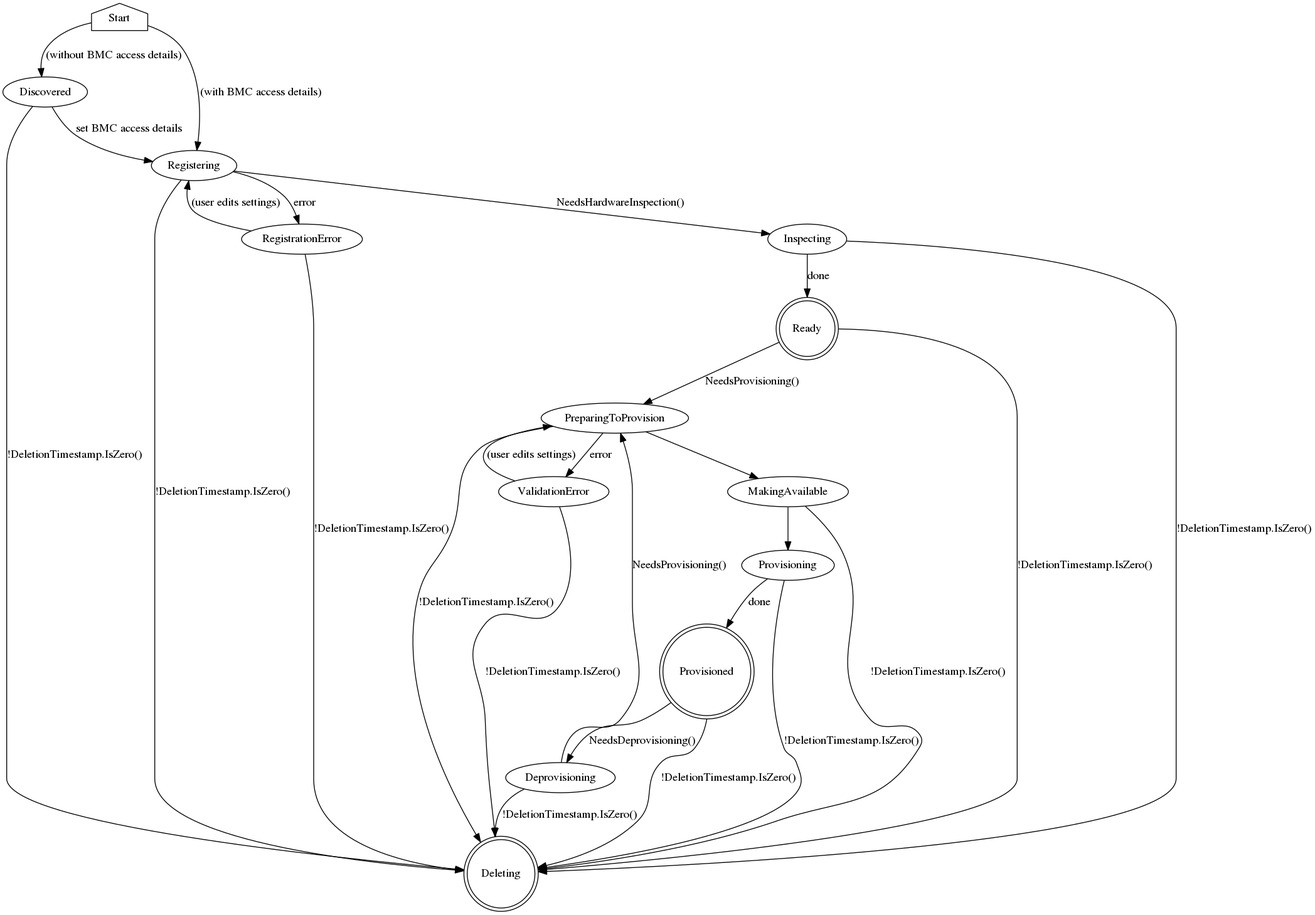
This is docs/BaremetalHost_ProvisioningState.png from metal3-io/baremetal-operator, a Graphviz export, as it was before one commit. Its source is kept beside it as docs/BaremetalHost_ProvisioningState.dot.
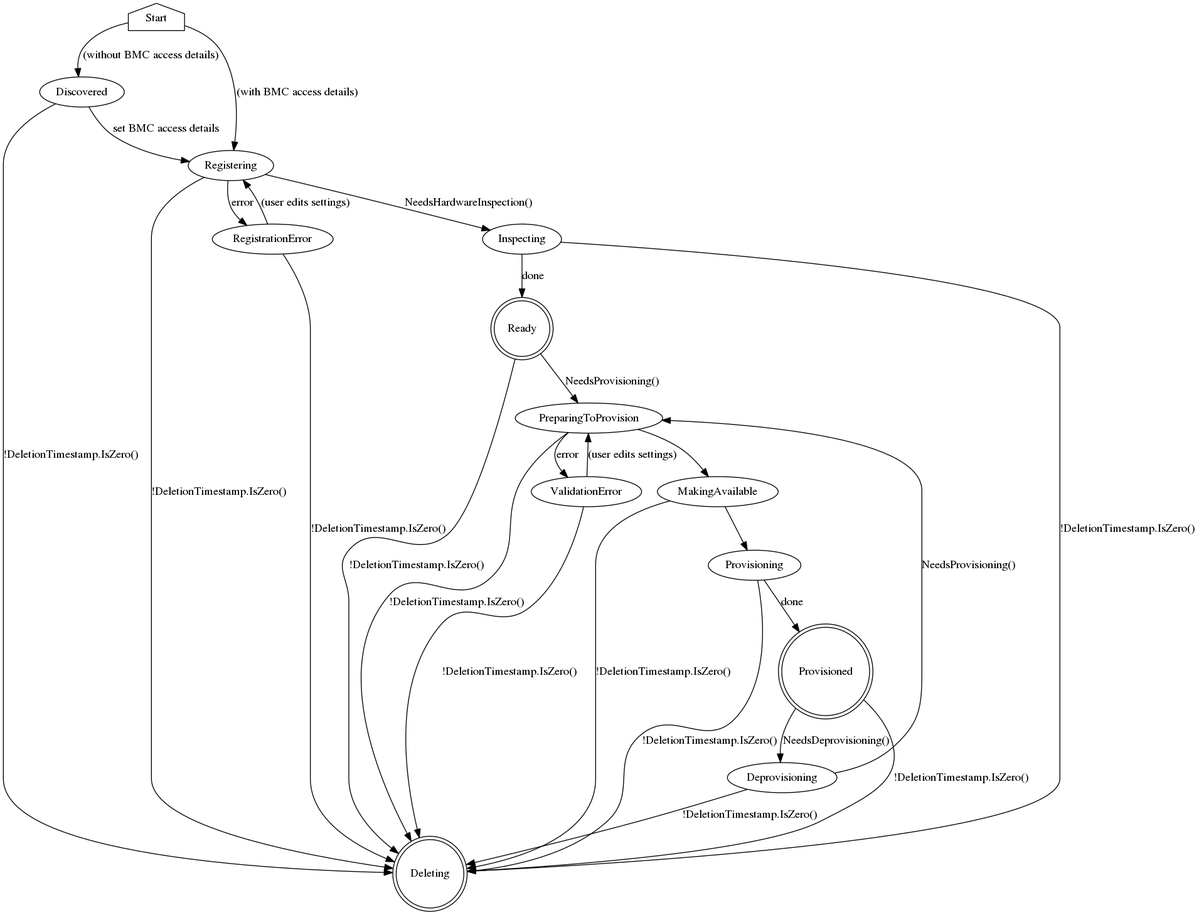
After the commit.

Commit message:
be consistent with edge ordering

List the edges pointing to "deleting" last to try to influence the
layout engine's arrangement of nodes

Change to the diagram source:
```diff
@@ -7,31 +7,31 @@
     Discovered -> Deleting [label="!DeletionTimestamp.IsZero()"]
 
     Registering -> Inspecting [label="NeedsHardwareInspection()"]
+    Registering -> RegistrationError [label=error]
     Registering -> Deleting [label="!DeletionTimestamp.IsZero()"]
-    Registering -> RegistrationError [label=error]
 
+    Inspecting -> Ready [label="done"]
     Inspecting -> Deleting [label="!DeletionTimestamp.IsZero()"]
-    Inspecting -> Ready [label="done"]
 
+    RegistrationError -> Registering [label="(user edits settings)"]
     RegistrationError -> Deleting [label="!DeletionTimestamp.IsZero()"]
-    RegistrationError -> Registering [label="(user edits settings)"]
 
     Ready [shape=doublecircle]
+    Ready -> PreparingToProvision [label="NeedsProvisioning()"]
     Ready -> Deleting [label="!DeletionTimestamp.IsZero()"]
-    Ready -> PreparingToProvision [label="NeedsProvisioning()"]
 
     PreparingToProvision -> ValidationError [label=error]
     PreparingToProvision -> MakingAvailable
     PreparingToProvision -> Deleting [label="!DeletionTimestamp.IsZero()"]
 
+    ValidationError -> PreparingToProvision [label="(user edits settings)"]
     ValidationError -> Deleting [label="!DeletionTimestamp.IsZero()"]
-    ValidationError -> PreparingToProvision [label="(user edits settings)"]
 
     MakingAvailable -> Provisioning
     MakingAvailable -> Deleting [label="!DeletionTimestamp.IsZero()"]
 
+    Provisioning -> Provisioned [label=done]
     Provisioning -> Deleting [label="!DeletionTimestamp.IsZero()"]
-    Provisioning -> Provisioned [label=done]
 
     Provisioned [shape=doublecircle]
     Provisioned -> Deprovisioning [label="NeedsDeprovisioning()"]
@@ -39,6 +39,6 @@
 
     Deleting [shape=doublecircle]
 
+    Deprovisioning -> PreparingToProvision [label="NeedsProvisioning()"]
     Deprovisioning -> Deleting [label="!DeletionTimestamp.IsZero()"]
-    Deprovisioning -> PreparingToProvision [label="NeedsProvisioning()"]
 }
```
